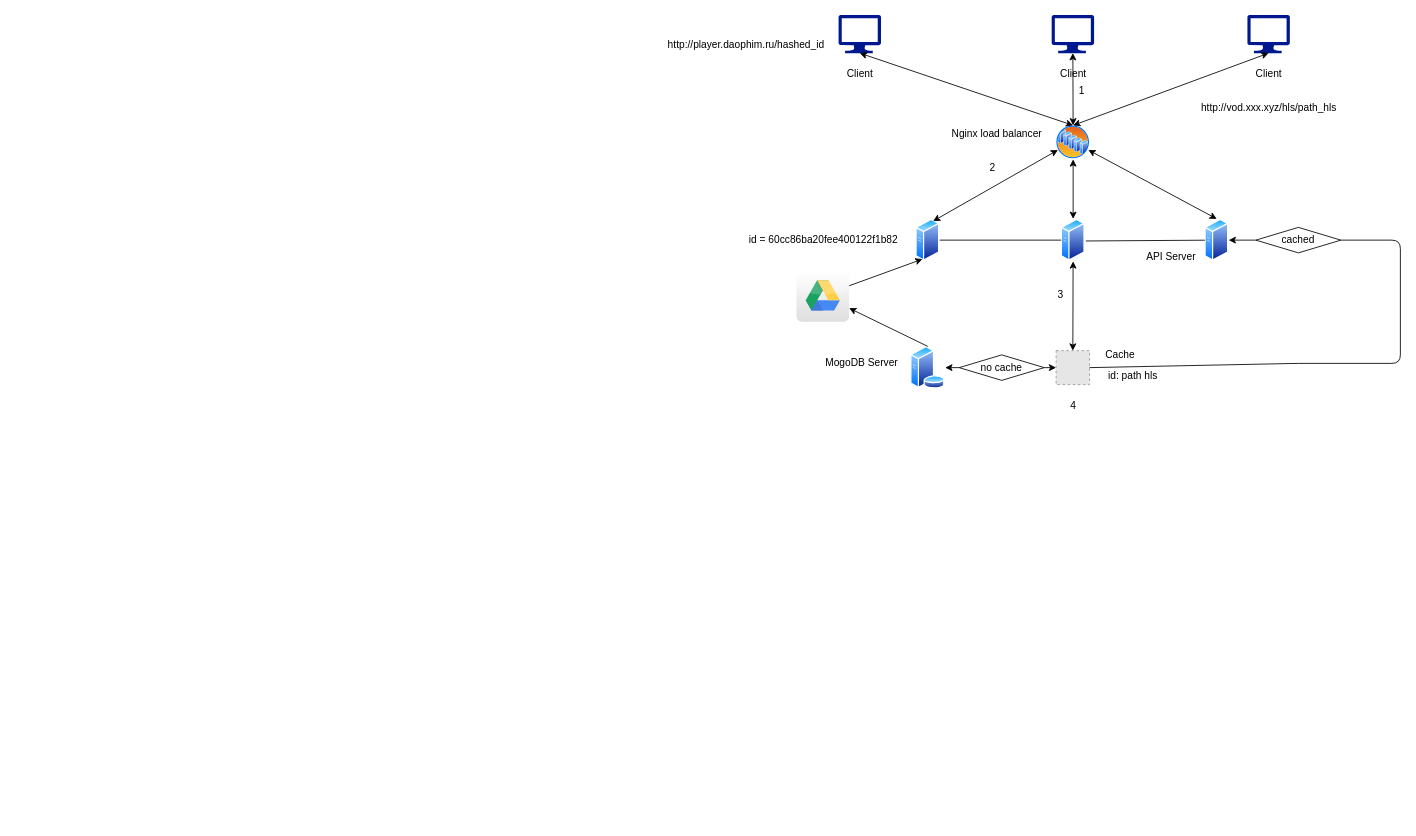
Before: Untitled Diagram.drawio in tptindev/scrape30kmovies, a draw.io diagram. Source tidied: cells renumbered, new cells numbered last; positions are measured from the earlier drawing's top-left corner, leaving out a move shared by most shapes. Both pictures are drawn from the tidied source at 85%, with x=0, y=0 at pixel (660, 14). Pictures stored in the file or linked from it are replaced by grey dashed boxes.
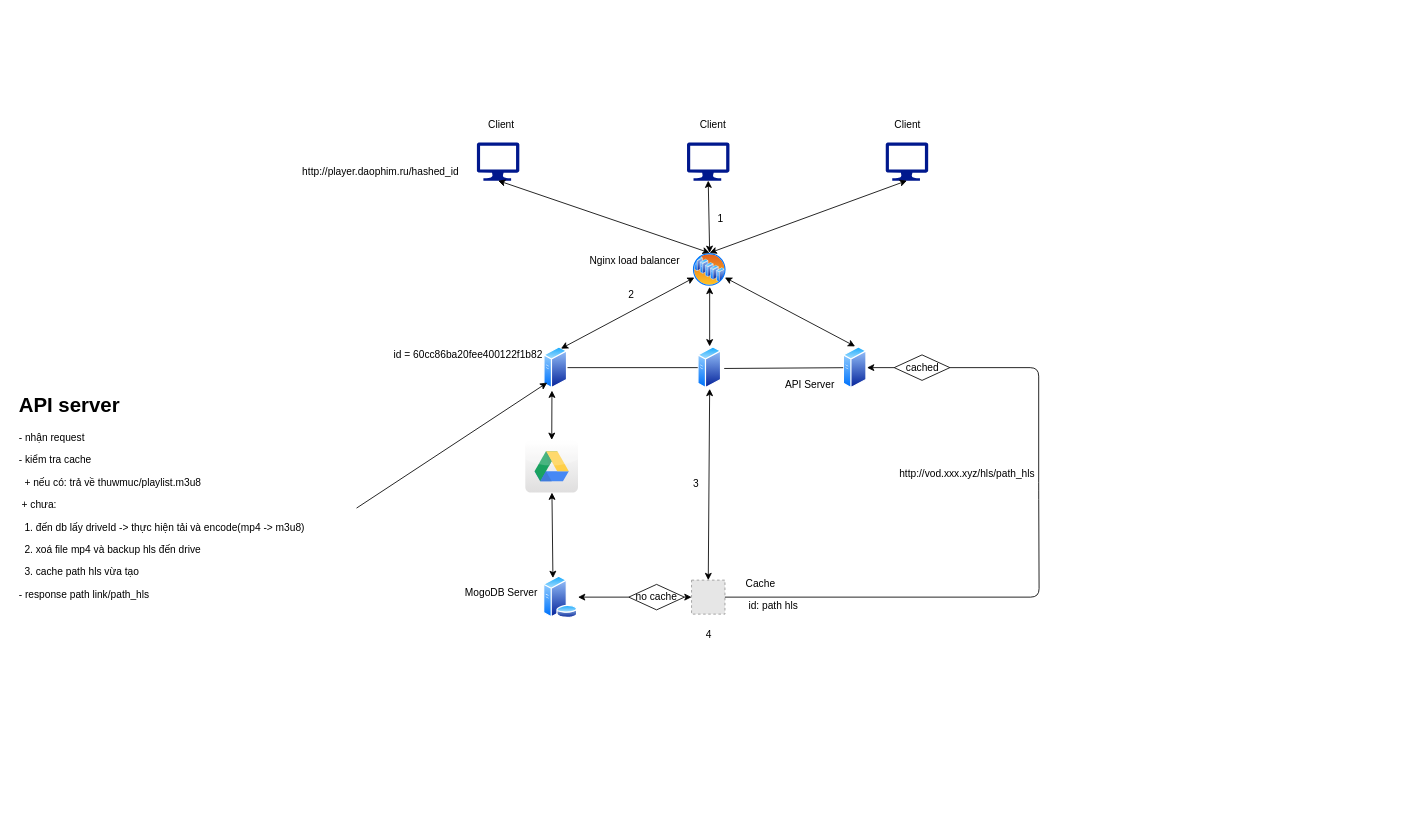
Above is the later version.

Change to the diagram source:
```diff
@@
     <mxCell id="2" style="shadow=0;dashed=0;html=1;strokeColor=none;labelPosition=center;verticalLabelPosition=bottom;verticalAlign=top;align=center;fillColor=#00188D;shape=mxgraph.azure.computer;" parent="1" vertex="1">
-      <mxGeometry x="209" width="50" height="45" as="geometry" />
+      <mxGeometry x="-216.5" y="150" width="50" height="45" as="geometry" />
     </mxCell>
     <mxCell id="3" style="perimeter=ellipsePerimeter;html=1;align=center;shadow=0;dashed=0;spacingTop=3;image;image=img/lib/active_directory/server_farm.svg;" parent="1" vertex="1">
-      <mxGeometry x="465" y="130" width="40" height="40" as="geometry" />
+      <mxGeometry x="37.4" y="280" width="40" height="40" as="geometry" />
     </mxCell>
     <mxCell id="4" style="perimeter=ellipsePerimeter;html=1;align=center;shadow=0;dashed=0;spacingTop=3;image;image=img/lib/active_directory/generic_server.svg;" parent="1" vertex="1">
-      <mxGeometry x="300" y="240" width="28" height="50" as="geometry" />
+      <mxGeometry x="-137.8" y="390" width="28" height="50" as="geometry" />
     </mxCell>
     <mxCell id="5" style="perimeter=ellipsePerimeter;html=1;align=center;shadow=0;dashed=0;spacingTop=3;image;image=img/lib/active_directory/generic_server.svg;" parent="1" vertex="1">
-      <mxGeometry x="471" y="240" width="28" height="50" as="geometry" />
+      <mxGeometry x="43.4" y="390" width="28" height="50" as="geometry" />
     </mxCell>
     <mxCell id="6" style="perimeter=ellipsePerimeter;html=1;align=center;shadow=0;dashed=0;spacingTop=3;image;image=img/lib/active_directory/generic_server.svg;" parent="1" vertex="1">
-      <mxGeometry x="640" y="240" width="28" height="50" as="geometry" />
+      <mxGeometry x="214.5" y="390" width="28" height="50" as="geometry" />
     </mxCell>
     <mxCell id="7" style="fillColor=#E6E6E6;strokeColor=#999999;dashed=1;verticalLabelPosition=bottom;labelBackgroundColor=#ffffff;verticalAlign=top;" parent="1" vertex="1">
-      <mxGeometry x="465" y="395" width="39.3" height="40" as="geometry" />
+      <mxGeometry x="36.1" y="665" width="39.3" height="40" as="geometry" />
     </mxCell>
@@
     <mxCell id="9" style="endArrow=none;html=1;" parent="1" edge="1" source="6">
       <mxGeometry relative="1" as="geometry">
-        <mxPoint x="500" y="266" as="targetPoint" />
+        <mxPoint x="74.5" y="416" as="targetPoint" />
       </mxGeometry>
     </mxCell>
@@
     <mxCell id="13" value="Client" style="text;html=1;align=center;verticalAlign=middle;strokeColor=none;" parent="1" vertex="1">
-      <mxGeometry x="209" y="60" width="50" height="20" as="geometry" />
+      <mxGeometry x="-212.8" y="120" width="50" height="20" as="geometry" />
     </mxCell>
     <mxCell id="14" value="Nginx load balancer" style="text;html=1;align=center;verticalAlign=middle;strokeColor=none;" parent="1" vertex="1">
-      <mxGeometry x="334.5" y="130" width="120" height="20" as="geometry" />
+      <mxGeometry x="-91" y="280" width="120" height="20" as="geometry" />
     </mxCell>
     <mxCell id="15" value="API Server" style="text;html=1;align=center;verticalAlign=middle;strokeColor=none;" parent="1" vertex="1">
-      <mxGeometry x="565" y="275" width="70" height="20" as="geometry" />
+      <mxGeometry x="139.5" y="425" width="70" height="20" as="geometry" />
     </mxCell>
     <mxCell id="16" value="Cache" style="text;html=1;align=center;verticalAlign=middle;strokeColor=none;" parent="1" vertex="1">
-      <mxGeometry x="515" y="390" width="50" height="20" as="geometry" />
+      <mxGeometry x="91.8" y="660" width="50" height="20" as="geometry" />
     </mxCell>
@@
     <mxCell id="19" value="http://vod.xxx.xyz/hls/path_hls" style="text;html=1;align=center;verticalAlign=middle;strokeColor=none;" parent="1" vertex="1">
-      <mxGeometry x="630" y="100" width="170" height="20" as="geometry" />
+      <mxGeometry x="274.5" y="530" width="170" height="20" as="geometry" />
     </mxCell>
     <mxCell id="20" value="&lt;span&gt;id =&amp;nbsp;&lt;/span&gt;&lt;span&gt;60cc86ba20fee400122f1b82&lt;/span&gt;" style="text;html=1;align=center;verticalAlign=middle;strokeColor=none;" parent="1" vertex="1">
-      <mxGeometry x="95.5" y="255" width="190" height="20" as="geometry" />
+      <mxGeometry x="-322" y="390" width="190" height="20" as="geometry" />
     </mxCell>
     <mxCell id="21" style="perimeter=ellipsePerimeter;html=1;align=center;shadow=0;dashed=0;spacingTop=3;image;image=img/lib/active_directory/database_server.svg;" parent="1" vertex="1">
-      <mxGeometry x="293.5" y="390" width="41" height="50" as="geometry" />
+      <mxGeometry x="-138.5" y="660" width="41" height="50" as="geometry" />
     </mxCell>
     <mxCell id="22" value="MogoDB Server" style="text;html=1;align=center;verticalAlign=middle;strokeColor=none;" parent="1" vertex="1">
-      <mxGeometry x="185.5" y="400" width="100" height="20" as="geometry" />
+      <mxGeometry x="-237.8" y="670" width="100" height="20" as="geometry" />
     </mxCell>
     <mxCell id="23" value="1" style="text;html=1;align=center;verticalAlign=middle;strokeColor=none;" parent="1" vertex="1">
-      <mxGeometry x="485" y="80" width="20" height="20" as="geometry" />
+      <mxGeometry x="59.5" y="230" width="20" height="20" as="geometry" />
     </mxCell>
     <mxCell id="24" value="2" style="text;html=1;align=center;verticalAlign=middle;strokeColor=none;" parent="1" vertex="1">
-      <mxGeometry x="380" y="170" width="20" height="20" as="geometry" />
+      <mxGeometry x="-45.5" y="320" width="20" height="20" as="geometry" />
     </mxCell>
     <mxCell id="25" value="3" style="text;html=1;align=center;verticalAlign=middle;strokeColor=none;" parent="1" vertex="1">
-      <mxGeometry x="460" y="320" width="20" height="20" as="geometry" />
+      <mxGeometry x="31.4" y="542" width="20" height="20" as="geometry" />
     </mxCell>
@@
     <mxCell id="27" value="4" style="text;html=1;align=center;verticalAlign=middle;strokeColor=none;" parent="1" vertex="1">
-      <mxGeometry x="474.7" y="450" width="20" height="20" as="geometry" />
+      <mxGeometry x="45.7" y="720" width="20" height="20" as="geometry" />
     </mxCell>
     <mxCell id="28" value="no cache" style="rhombus;whiteSpace=wrap;html=1;" parent="1" vertex="1">
-      <mxGeometry x="351" y="400" width="100" height="30" as="geometry" />
+      <mxGeometry x="-37.8" y="670" width="65.5" height="30" as="geometry" />
     </mxCell>
@@
     <mxCell id="30" value="id: path hls" style="text;html=1;align=center;verticalAlign=middle;strokeColor=none;" parent="1" vertex="1">
-      <mxGeometry x="520" y="415" width="70" height="20" as="geometry" />
+      <mxGeometry x="96.8" y="685" width="70" height="20" as="geometry" />
     </mxCell>
     <mxCell id="31" value="http://player.daophim.ru/hashed_id" style="text;html=1;align=center;verticalAlign=middle;strokeColor=none;" parent="1" vertex="1">
-      <mxGeometry y="25" width="200" height="20" as="geometry" />
+      <mxGeometry x="-430" y="175" width="200" height="20" as="geometry" />
     </mxCell>
     <mxCell id="32" value="cached" style="rhombus;whiteSpace=wrap;html=1;" parent="1" vertex="1">
-      <mxGeometry x="700" y="250" width="100" height="30" as="geometry" />
+      <mxGeometry x="274.5" y="400" width="65.5" height="30" as="geometry" />
     </mxCell>
@@
     <mxCell id="34" style="endArrow=none;html=1;exitX=1;exitY=0.5;exitDx=0;exitDy=0;entryX=1;entryY=0.5;entryDx=0;entryDy=0;" parent="1" edge="1" source="7" target="32">
       <mxGeometry relative="1" as="geometry">
         <Array as="points">
-          <mxPoint x="750" y="410" />
-          <mxPoint x="870" y="410" />
-          <mxPoint x="870" y="265" />
+          <mxPoint x="445" y="685" />
+          <mxPoint x="444.5" y="560" />
+          <mxPoint x="444.5" y="415" />
         </Array>
       </mxGeometry>
     </mxCell>
-    <mxCell id="35" style="endArrow=classic;html=1;exitX=0.5;exitY=0;exitDx=0;exitDy=0;" parent="1" edge="1" source="21" target="42">
-      <mxGeometry relative="1" as="geometry" />
-    </mxCell>
     <mxCell id="36" style="shadow=0;dashed=0;html=1;strokeColor=none;labelPosition=center;verticalLabelPosition=bottom;verticalAlign=top;align=center;fillColor=#00188D;shape=mxgraph.azure.computer;" parent="1" vertex="1">
-      <mxGeometry x="459.7" width="50" height="45" as="geometry" />
+      <mxGeometry x="30.7" y="150" width="50" height="45" as="geometry" />
     </mxCell>
     <mxCell id="37" value="Client" style="text;html=1;align=center;verticalAlign=middle;strokeColor=none;" parent="1" vertex="1">
-      <mxGeometry x="459.7" y="60" width="50" height="20" as="geometry" />
+      <mxGeometry x="36.4" y="120" width="50" height="20" as="geometry" />
     </mxCell>
     <mxCell id="38" style="shadow=0;dashed=0;html=1;strokeColor=none;labelPosition=center;verticalLabelPosition=bottom;verticalAlign=top;align=center;fillColor=#00188D;shape=mxgraph.azure.computer;" parent="1" vertex="1">
-      <mxGeometry x="690" width="50" height="45" as="geometry" />
+      <mxGeometry x="264.5" y="150" width="50" height="45" as="geometry" />
     </mxCell>
     <mxCell id="39" value="Client" style="text;html=1;align=center;verticalAlign=middle;strokeColor=none;" parent="1" vertex="1">
-      <mxGeometry x="690" y="60" width="50" height="20" as="geometry" />
+      <mxGeometry x="264.5" y="120" width="50" height="20" as="geometry" />
     </mxCell>
@@
     <mxCell id="42" style="dashed=0;outlineConnect=0;html=1;align=center;labelPosition=center;verticalLabelPosition=bottom;verticalAlign=top;shape=mxgraph.webicons.google_drive;gradientColor=#DFDEDE;" parent="1" vertex="1">
-      <mxGeometry x="159.5" y="299" width="62" height="62" as="geometry" />
+      <mxGeometry x="-159.5" y="500" width="62" height="62" as="geometry" />
     </mxCell>
-    <mxCell id="43" style="endArrow=classic;html=1;entryX=0.25;entryY=1;entryDx=0;entryDy=0;" parent="1" edge="1" source="42" target="4">
+    <mxCell id="43" style="endArrow=classic;startArrow=classic;html=1;entryX=0.345;entryY=1.041;entryDx=0;entryDy=0;entryPerimeter=0;" parent="1" edge="1" source="42" target="4">
       <mxGeometry relative="1" as="geometry" />
     </mxCell>
+    <mxCell id="44" style="endArrow=classic;startArrow=classic;html=1;entryX=0.25;entryY=0;entryDx=0;entryDy=0;" parent="1" edge="1" source="42" target="21">
+      <mxGeometry relative="1" as="geometry" />
+    </mxCell>
+    <mxCell id="45" style="endArrow=classic;html=1;entryX=0;entryY=1;entryDx=0;entryDy=0;exitX=1.005;exitY=0.275;exitDx=0;exitDy=0;exitPerimeter=0;" parent="1" edge="1" source="46" target="4">
+      <mxGeometry relative="1" as="geometry" />
+    </mxCell>
+    <mxCell id="46" value="&lt;h1&gt;API server&lt;/h1&gt;&lt;p&gt;- nhận request&lt;/p&gt;&lt;p&gt;- kiểm tra cache&lt;/p&gt;&lt;p&gt;&amp;nbsp;&lt;span style=&quot;white-space: pre&quot;&gt; &lt;/span&gt;+ nếu có: trả về thuwmuc/playlist.m3u8&lt;/p&gt;&lt;p&gt;&lt;span style=&quot;white-space: pre&quot;&gt; &lt;/span&gt;+ chưa:&amp;nbsp;&lt;/p&gt;&lt;p&gt;&lt;span style=&quot;white-space: pre&quot;&gt; &lt;/span&gt;&lt;span style=&quot;white-space: pre&quot;&gt; &lt;/span&gt;1.&amp;nbsp;đến db lấy driveId -&amp;gt; thực hiện tải và encode(mp4 -&amp;gt; m3u8)&lt;br&gt;&lt;/p&gt;&lt;p&gt;&lt;span style=&quot;white-space: pre&quot;&gt; &lt;/span&gt;&lt;span style=&quot;white-space: pre&quot;&gt; &lt;/span&gt;2. xoá file mp4 và backup hls đến drive&amp;nbsp;&lt;br&gt;&lt;/p&gt;&lt;p&gt;&lt;span style=&quot;white-space: pre&quot;&gt; &lt;/span&gt;&lt;span style=&quot;white-space: pre&quot;&gt; &lt;/span&gt;3. cache path hls vừa tạo&lt;br&gt;&lt;/p&gt;&lt;p&gt;- response path link/path_hls&lt;/p&gt;" style="text;html=1;strokeColor=none;fillColor=none;spacing=5;spacingTop=-20;whiteSpace=wrap;overflow=hidden;rounded=0;" parent="1" vertex="1">
+      <mxGeometry x="-760" y="440" width="400" height="510" as="geometry" />
+    </mxCell>
```
